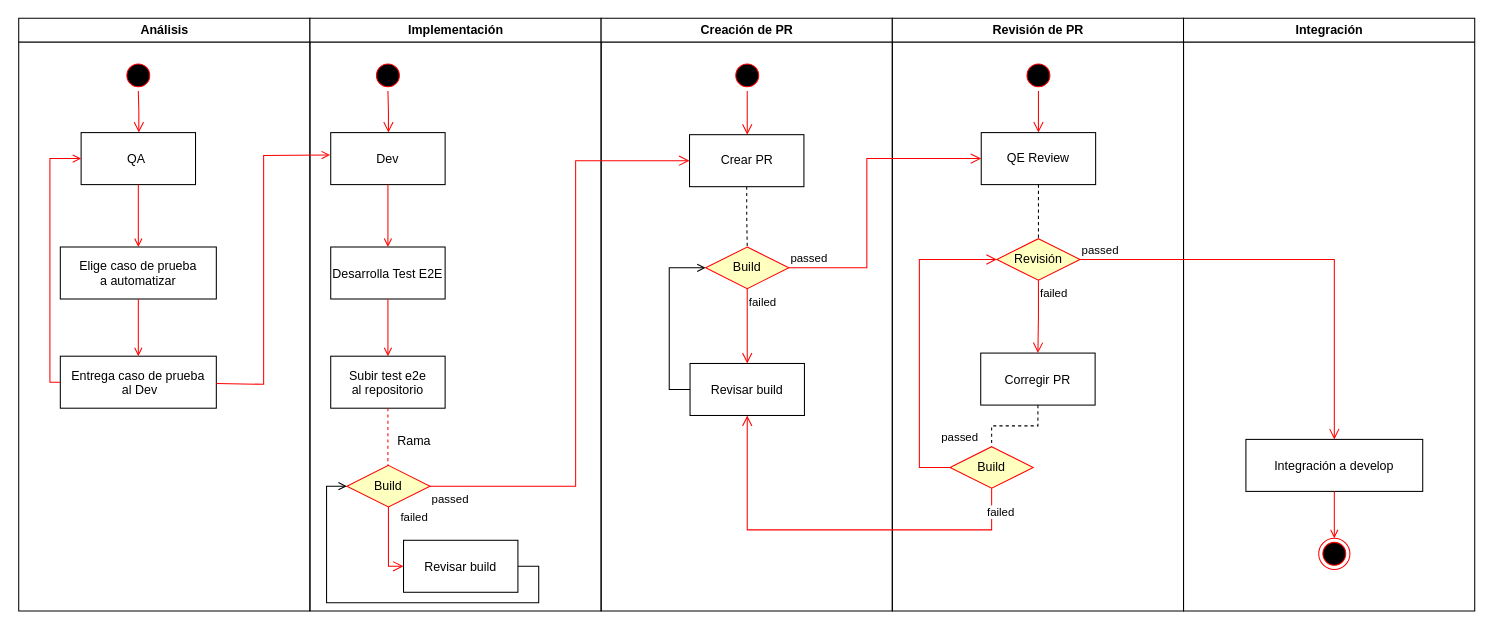
Earlier version of the draw.io diagram Diagrama sin título.drawio (omar-sanchez/curso-git). Source tidied: cells renumbered, new cells numbered last; positions are measured from the earlier drawing's top-left corner, leaving out a move shared by most shapes. Both pictures are drawn from the tidied source at 104%, with x=0, y=0 at pixel (18, 18).
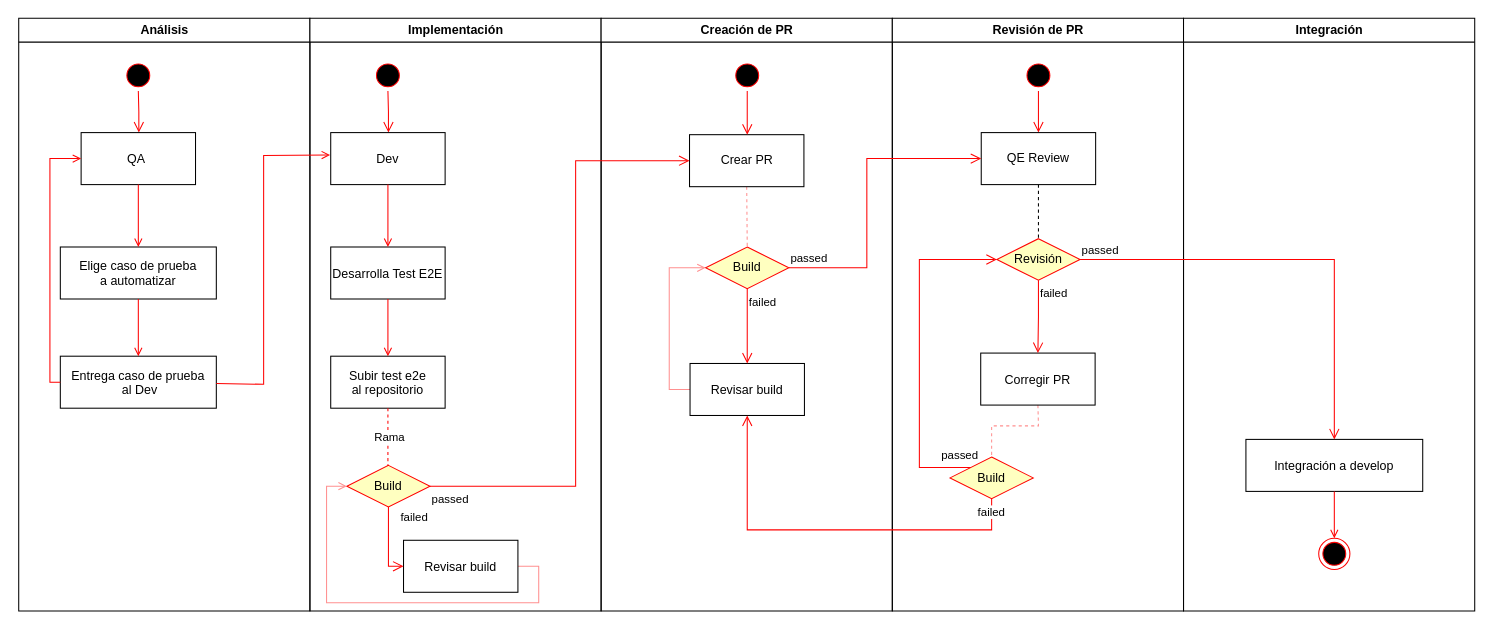
After the change.

Unchanged cells that the change refers to:
```xml
<mxCell id="11" value="Implementación" style="swimlane;whiteSpace=wrap;" parent="1" vertex="1">
  <mxGeometry x="280.5" width="280" height="570" as="geometry" />
</mxCell>
<mxCell id="19" style="endArrow=none;strokeColor=#FF0000;endFill=0;rounded=0;dashed=1;entryX=0.5;entryY=0;entryDx=0;entryDy=0;" parent="11" edge="1" source="17">
  <mxGeometry relative="1" as="geometry">
    <mxPoint x="75" y="432" as="targetPoint" />
  </mxGeometry>
</mxCell>
<mxCell id="20" value="Build" style="rhombus;whiteSpace=wrap;html=1;fontColor=#000000;fillColor=#ffffc0;strokeColor=#ff0000;" parent="11" vertex="1">
  <mxGeometry x="35.5" y="430" width="80" height="40" as="geometry" />
</mxCell>
<mxCell id="23" value="Revisar build" parent="11" vertex="1">
  <mxGeometry x="90" y="502" width="110" height="50" as="geometry" />
</mxCell>
<mxCell id="25" value="Creación de PR" style="swimlane;whiteSpace=wrap;" parent="1" vertex="1">
  <mxGeometry x="560.5" width="280" height="570" as="geometry" />
</mxCell>
<mxCell id="27" value="Revisar build" parent="25" vertex="1">
  <mxGeometry x="85.5" y="332" width="110" height="50" as="geometry" />
</mxCell>
<mxCell id="29" value="Crear PR" style="html=1;whiteSpace=wrap;" parent="25" vertex="1">
  <mxGeometry x="85" y="112" width="110" height="50" as="geometry" />
</mxCell>
<mxCell id="32" value="Build" style="rhombus;whiteSpace=wrap;html=1;fontColor=#000000;fillColor=#ffffc0;strokeColor=#ff0000;" parent="25" vertex="1">
  <mxGeometry x="100.5" y="220" width="80" height="40" as="geometry" />
</mxCell>
<mxCell id="35" value="Revisión de PR" style="swimlane;whiteSpace=wrap;" parent="1" vertex="1">
  <mxGeometry x="840.5" width="280" height="570" as="geometry" />
</mxCell>
<mxCell id="37" value="Corregir PR" parent="35" vertex="1">
  <mxGeometry x="85" y="322" width="110" height="50" as="geometry" />
</mxCell>
```

The edit, as a diff of the source:
```diff
@@
+    <mxCell id="21" value="Rama" style="edgeLabel;html=1;align=center;verticalAlign=middle;" parent="19" vertex="1">
+      <mxGeometry x="-0.04" y="1" relative="1" as="geometry" />
+    </mxCell>
@@
-    <mxCell id="21" value="Rama" style="text;strokeColor=none;align=center;fillColor=none;html=1;verticalAlign=middle;whiteSpace=wrap;rounded=0;" parent="11" vertex="1">
-      <mxGeometry x="70" y="392" width="60" height="30" as="geometry" />
-    </mxCell>
-    <mxCell id="22" style="edgeStyle=orthogonalEdgeStyle;rounded=0;jettySize=auto;html=1;exitX=1;exitY=0.5;exitDx=0;exitDy=0;entryX=0;entryY=0.5;entryDx=0;entryDy=0;endArrow=open;endFill=0;strokeColor=light-dark(#000000,#FF9090);" parent="11" edge="1" source="23" target="20">
+    <mxCell id="22" style="edgeStyle=orthogonalEdgeStyle;rounded=0;jettySize=auto;html=1;exitX=1;exitY=0.5;exitDx=0;exitDy=0;entryX=0;entryY=0.5;entryDx=0;entryDy=0;endArrow=open;endFill=0;strokeColor=light-dark(#FF9090,#FF9090);" parent="11" edge="1" source="23" target="20">
       <mxGeometry relative="1" as="geometry">
         <Array as="points">
           <mxPoint x="220" y="527" />
           <mxPoint x="220" y="562" />
           <mxPoint x="16" y="562" />
           <mxPoint x="16" y="450" />
         </Array>
       </mxGeometry>
     </mxCell>
@@
-    <mxCell id="26" style="edgeStyle=orthogonalEdgeStyle;rounded=0;jettySize=auto;html=1;exitX=0;exitY=0.5;exitDx=0;exitDy=0;entryX=0;entryY=0.5;entryDx=0;entryDy=0;strokeColor=light-dark(#000000,#FF9090);endArrow=open;endFill=0;" parent="25" edge="1" source="27" target="32">
+    <mxCell id="26" style="edgeStyle=orthogonalEdgeStyle;rounded=0;jettySize=auto;html=1;exitX=0;exitY=0.5;exitDx=0;exitDy=0;entryX=0;entryY=0.5;entryDx=0;entryDy=0;strokeColor=light-dark(#FF9090,#FF9090);endArrow=open;endFill=0;" parent="25" edge="1" source="27" target="32">
       <mxGeometry relative="1" as="geometry" />
     </mxCell>
@@
-    <mxCell id="28" style="edgeStyle=orthogonalEdgeStyle;rounded=0;jettySize=auto;html=1;exitX=0.5;exitY=1;exitDx=0;exitDy=0;entryX=0.5;entryY=0;entryDx=0;entryDy=0;endArrow=none;endFill=0;strokeColor=light-dark(#000000,#FF9090);dashed=1;startFill=0;" parent="25" edge="1" source="29" target="32">
+    <mxCell id="28" style="rounded=0;jettySize=auto;html=1;exitX=0.5;exitY=1;exitDx=0;exitDy=0;entryX=0.5;entryY=0;entryDx=0;entryDy=0;endArrow=none;endFill=0;strokeColor=light-dark(#FF9090,#FF9090);dashed=1;startFill=0;" parent="25" edge="1" source="29" target="32">
       <mxGeometry relative="1" as="geometry" />
     </mxCell>
@@
-    <mxCell id="36" style="edgeStyle=orthogonalEdgeStyle;rounded=0;jettySize=auto;html=1;exitX=0.5;exitY=1;exitDx=0;exitDy=0;entryX=0.5;entryY=0;entryDx=0;entryDy=0;dashed=1;endArrow=none;startFill=0;strokeColor=light-dark(#000000,#FF9090);" parent="35" edge="1" source="37" target="44">
-      <mxGeometry relative="1" as="geometry" />
+    <mxCell id="36" style="rounded=0;jettySize=auto;html=1;exitX=0.5;exitY=1;exitDx=0;exitDy=0;entryX=0.5;entryY=0;entryDx=0;entryDy=0;dashed=1;endArrow=none;startFill=0;strokeColor=light-dark(#FF9090,#FF9090);" parent="35" edge="1" source="37" target="44">
+      <mxGeometry relative="1" as="geometry">
+        <Array as="points">
+          <mxPoint x="140.5" y="392" />
+          <mxPoint x="95.5" y="392" />
+        </Array>
+      </mxGeometry>
     </mxCell>
@@
     <mxCell id="44" value="Build" style="rhombus;whiteSpace=wrap;html=1;fontColor=#000000;fillColor=#ffffc0;strokeColor=#ff0000;" parent="35" vertex="1">
-      <mxGeometry x="55.5" y="412" width="80" height="40" as="geometry" />
+      <mxGeometry x="55.5" y="422" width="80" height="40" as="geometry" />
     </mxCell>
```
